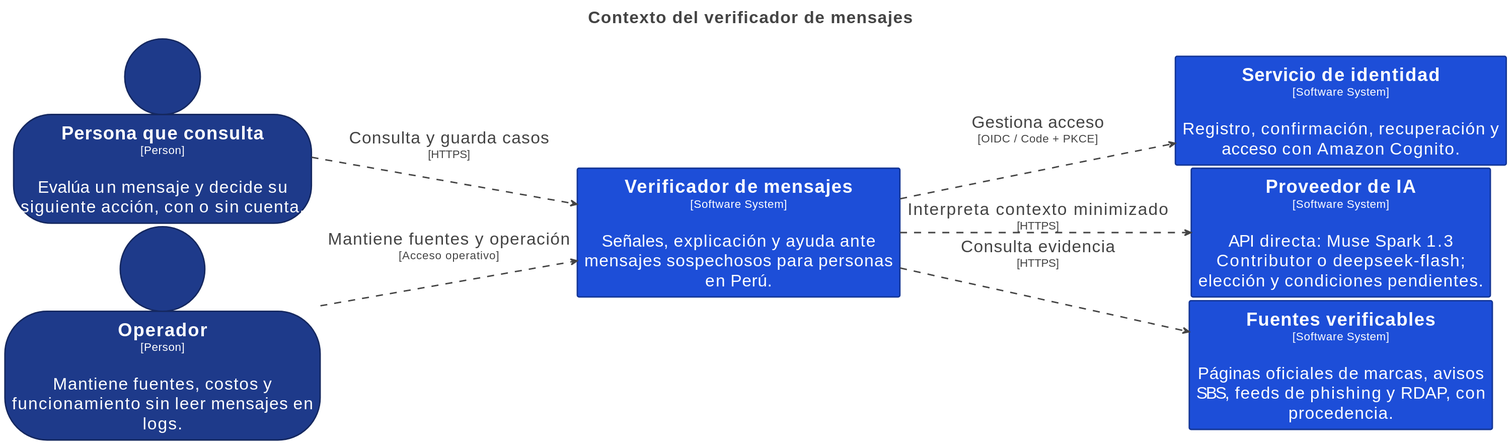
The PlantUML diagram docs/diagrams/rendered/structurizr-Context.svg in deep-skill/everyday-trust, before a commit.
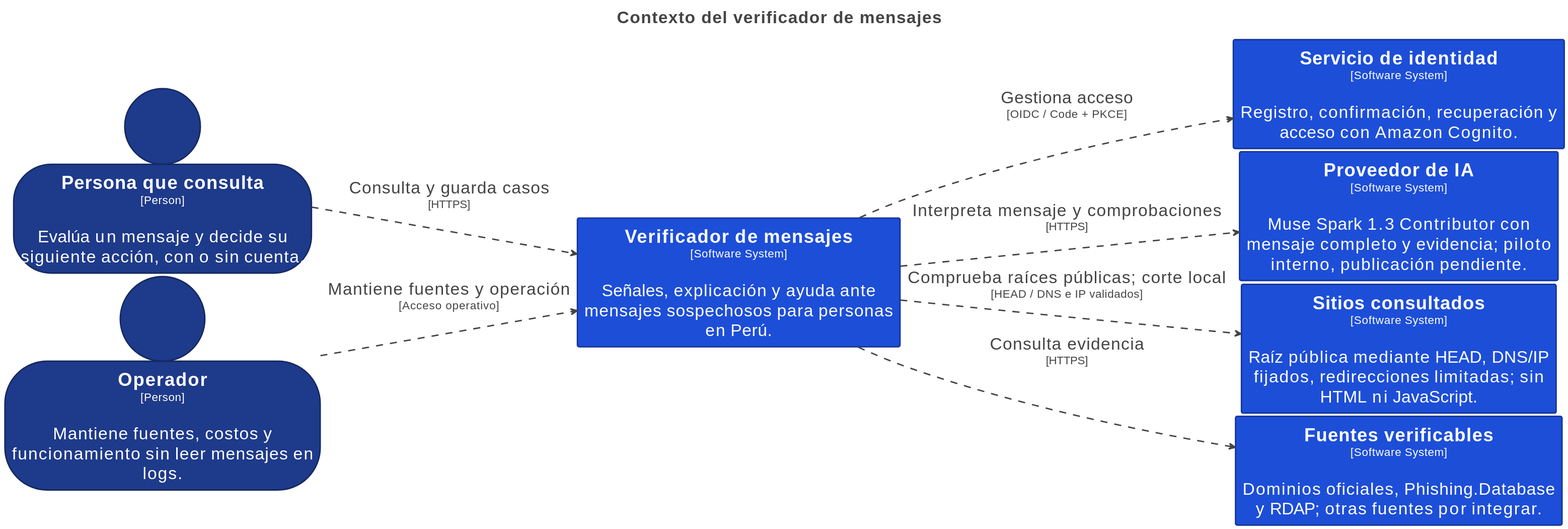
The same diagram one commit later.

The edit, as a diff of the source:
```diff
@@ -50,13 +50,15 @@
 person "==Persona que consulta\n<size:16>[Person]</size>\n\nEvalúa un mensaje y decide su siguiente acción, con o sin cuenta." <<Element-RWxlbWVudCxQZXJzb24=>> as Personaqueconsulta
 person "==Operador\n<size:16>[Person]</size>\n\nMantiene fuentes, costos y funcionamiento sin leer mensajes en logs." <<Element-RWxlbWVudCxQZXJzb24=>> as Operador
 rectangle "==Servicio de identidad\n<size:16>[Software System]</size>\n\nRegistro, confirmación, recuperación y acceso con Amazon Cognito." <<Element-RWxlbWVudCxTb2Z0d2FyZSBTeXN0ZW0=>> as Serviciodeidentidad
-rectangle "==Proveedor de IA\n<size:16>[Software System]</size>\n\nAPI directa: Muse Spark 1.3 Contributor o deepseek-flash; elección y condiciones pendientes." <<Element-RWxlbWVudCxTb2Z0d2FyZSBTeXN0ZW0=>> as ProveedordeIA
-rectangle "==Fuentes verificables\n<size:16>[Software System]</size>\n\nPáginas oficiales de marcas, avisos SBS, feeds de phishing y RDAP, con procedencia." <<Element-RWxlbWVudCxTb2Z0d2FyZSBTeXN0ZW0=>> as Fuentesverificables
+rectangle "==Proveedor de IA\n<size:16>[Software System]</size>\n\nMuse Spark 1.3 Contributor con mensaje completo y evidencia; piloto interno, publicación pendiente." <<Element-RWxlbWVudCxTb2Z0d2FyZSBTeXN0ZW0=>> as ProveedordeIA
+rectangle "==Sitios consultados\n<size:16>[Software System]</size>\n\nRaíz pública mediante HEAD, DNS/IP fijados, redirecciones limitadas; sin HTML ni JavaScript." <<Element-RWxlbWVudCxTb2Z0d2FyZSBTeXN0ZW0=>> as Sitiosconsultados
+rectangle "==Fuentes verificables\n<size:16>[Software System]</size>\n\nDominios oficiales, Phishing.Database y RDAP; otras fuentes por integrar." <<Element-RWxlbWVudCxTb2Z0d2FyZSBTeXN0ZW0=>> as Fuentesverificables
 rectangle "==Verificador de mensajes\n<size:16>[Software System]</size>\n\nSeñales, explicación y ayuda ante mensajes sospechosos para personas en Perú." <<Element-RWxlbWVudCxTb2Z0d2FyZSBTeXN0ZW0=>> as Verificadordemensajes
 
 Personaqueconsulta --> Verificadordemensajes <<Relationship-UmVsYXRpb25zaGlw>> : "Consulta y guarda casos\n<size:16>[HTTPS]</size>"
 Operador --> Verificadordemensajes <<Relationship-UmVsYXRpb25zaGlw>> : "Mantiene fuentes y operación\n<size:16>[Acceso operativo]</size>"
 Verificadordemensajes --> Serviciodeidentidad <<Relationship-UmVsYXRpb25zaGlw>> : "Gestiona acceso\n<size:16>[OIDC / Code + PKCE]</size>"
-Verificadordemensajes --> ProveedordeIA <<Relationship-UmVsYXRpb25zaGlw>> : "Interpreta contexto minimizado\n<size:16>[HTTPS]</size>"
+Verificadordemensajes --> ProveedordeIA <<Relationship-UmVsYXRpb25zaGlw>> : "Interpreta mensaje y comprobaciones\n<size:16>[HTTPS]</size>"
 Verificadordemensajes --> Fuentesverificables <<Relationship-UmVsYXRpb25zaGlw>> : "Consulta evidencia\n<size:16>[HTTPS]</size>"
+Verificadordemensajes --> Sitiosconsultados <<Relationship-UmVsYXRpb25zaGlw>> : "Comprueba raíces públicas; corte local\n<size:16>[HEAD / DNS e IP validados]</size>"
 @enduml
```
